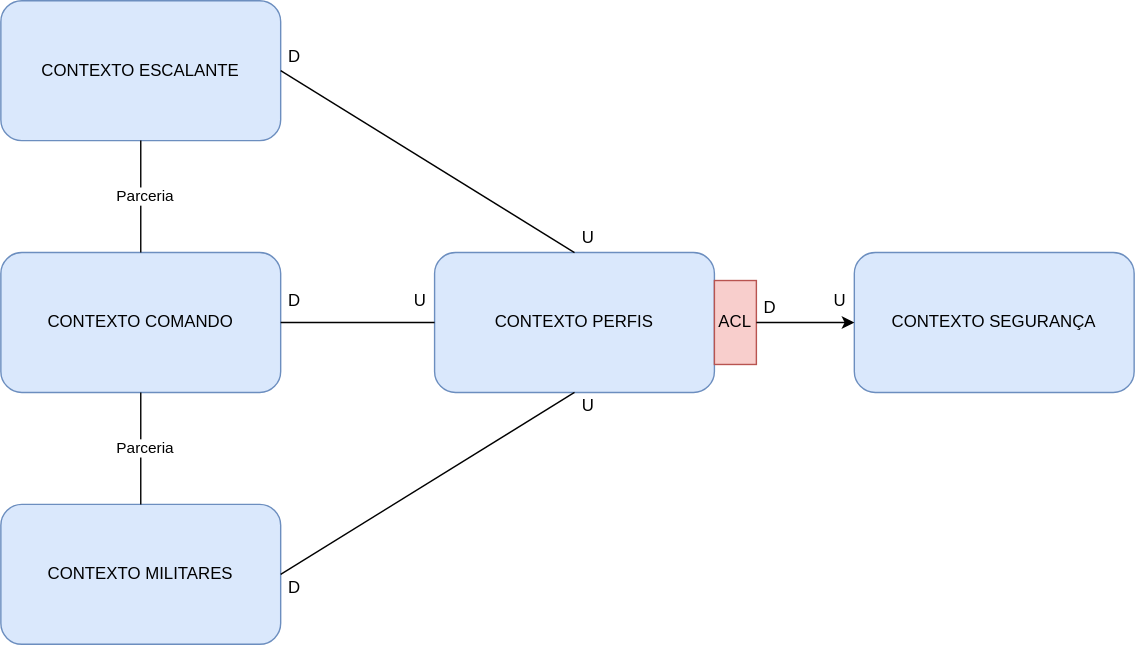
Before: docs/img/MapaContexto.svg, a diagram exported from draw.io (joaoAaf/escalante-ddd). Source tidied: cells renumbered, new cells last; positions are measured from the earlier drawing's top-left corner, leaving out a move shared by most shapes. Source of this version:
```xml
<mxGraphModel>
  <root>
    <mxCell id="0" />
    <mxCell id="1" parent="0" />
    <mxCell id="2" value="CONTEXTO ESCALANTE" style="rounded=1;whiteSpace=wrap;html=1;labelBackgroundColor=none;fillColor=#dae8fc;strokeColor=#6c8ebf;" parent="1" vertex="1">
      <mxGeometry width="200" height="100" as="geometry" />
    </mxCell>
    <mxCell id="3" value="CONTEXTO COMANDO" style="rounded=1;whiteSpace=wrap;html=1;labelBackgroundColor=none;fillColor=#dae8fc;strokeColor=#6c8ebf;" parent="1" vertex="1">
      <mxGeometry y="180" width="200" height="100" as="geometry" />
    </mxCell>
    <mxCell id="4" value="CONTEXTO MILITARES" style="rounded=1;whiteSpace=wrap;html=1;labelBackgroundColor=none;fillColor=#dae8fc;strokeColor=#6c8ebf;" parent="1" vertex="1">
      <mxGeometry y="360" width="200" height="100" as="geometry" />
    </mxCell>
    <mxCell id="5" value="CONTEXTO SEGURANÇA" style="rounded=1;whiteSpace=wrap;html=1;labelBackgroundColor=none;fillColor=#dae8fc;strokeColor=#6c8ebf;" parent="1" vertex="1">
      <mxGeometry x="610" y="180" width="200" height="100" as="geometry" />
    </mxCell>
    <mxCell id="6" value="CONTEXTO PERFIS" style="rounded=1;whiteSpace=wrap;html=1;labelBackgroundColor=none;fillColor=#dae8fc;strokeColor=#6c8ebf;" parent="1" vertex="1">
      <mxGeometry x="310" y="180" width="200" height="100" as="geometry" />
    </mxCell>
    <mxCell id="7" style="endArrow=none;html=1;rounded=0;entryX=0.5;entryY=1;entryDx=0;entryDy=0;exitX=0.5;exitY=0;exitDx=0;exitDy=0;" parent="1" edge="1" source="3" target="2">
      <mxGeometry relative="1" as="geometry" />
    </mxCell>
    <mxCell id="8" value="Parceria" style="edgeLabel;html=1;align=center;verticalAlign=middle;" parent="7" vertex="1">
      <mxGeometry x="0.03" y="-2" relative="1" as="geometry" />
    </mxCell>
    <mxCell id="9" style="endArrow=none;html=1;rounded=0;exitX=0.5;exitY=0;exitDx=0;exitDy=0;entryX=0.5;entryY=1;entryDx=0;entryDy=0;" parent="1" edge="1" source="4" target="3">
      <mxGeometry relative="1" as="geometry" />
    </mxCell>
    <mxCell id="10" value="Parceria" style="edgeLabel;html=1;align=center;verticalAlign=middle;" parent="9" vertex="1">
      <mxGeometry x="0.03" y="-2" relative="1" as="geometry" />
    </mxCell>
    <mxCell id="11" value="ACL" style="rounded=0;whiteSpace=wrap;html=1;direction=south;fillColor=#f8cecc;strokeColor=#b85450;" parent="1" vertex="1">
      <mxGeometry x="510" y="200" width="30" height="60" as="geometry" />
    </mxCell>
    <mxCell id="12" value="U" style="text;html=1;align=center;verticalAlign=middle;whiteSpace=wrap;rounded=0;" parent="1" vertex="1">
      <mxGeometry x="410" y="160" width="20" height="20" as="geometry" />
    </mxCell>
    <mxCell id="13" value="D" style="text;html=1;align=center;verticalAlign=middle;whiteSpace=wrap;rounded=0;" parent="1" vertex="1">
      <mxGeometry x="200" y="30" width="20" height="20" as="geometry" />
    </mxCell>
    <mxCell id="14" value="D" style="text;html=1;align=center;verticalAlign=middle;whiteSpace=wrap;rounded=0;" parent="1" vertex="1">
      <mxGeometry x="200" y="200" width="20" height="30" as="geometry" />
    </mxCell>
    <mxCell id="15" value="D" style="text;html=1;align=center;verticalAlign=middle;whiteSpace=wrap;rounded=0;" parent="1" vertex="1">
      <mxGeometry x="200" y="410" width="20" height="20" as="geometry" />
    </mxCell>
    <mxCell id="16" value="U" style="text;html=1;align=center;verticalAlign=middle;whiteSpace=wrap;rounded=0;" parent="1" vertex="1">
      <mxGeometry x="410" y="280" width="20" height="20" as="geometry" />
    </mxCell>
    <mxCell id="17" value="U" style="text;html=1;align=center;verticalAlign=middle;whiteSpace=wrap;rounded=0;" parent="1" vertex="1">
      <mxGeometry x="290" y="200" width="20" height="30" as="geometry" />
    </mxCell>
    <mxCell id="18" style="endArrow=classic;html=1;rounded=0;exitX=0.5;exitY=0;exitDx=0;exitDy=0;entryX=0;entryY=0.5;entryDx=0;entryDy=0;" parent="1" edge="1" source="11" target="5">
      <mxGeometry relative="1" as="geometry" />
    </mxCell>
    <mxCell id="19" value="D" style="text;html=1;align=center;verticalAlign=middle;whiteSpace=wrap;rounded=0;" parent="1" vertex="1">
      <mxGeometry x="540" y="210" width="20" height="20" as="geometry" />
    </mxCell>
    <mxCell id="20" value="U" style="text;html=1;align=center;verticalAlign=middle;whiteSpace=wrap;rounded=0;" parent="1" vertex="1">
      <mxGeometry x="590" y="205" width="20" height="20" as="geometry" />
    </mxCell>
    <mxCell id="21" style="endArrow=none;html=1;rounded=0;entryX=0.5;entryY=0;entryDx=0;entryDy=0;exitX=1;exitY=0.5;exitDx=0;exitDy=0;" parent="1" edge="1" source="2" target="6">
      <mxGeometry relative="1" as="geometry" />
    </mxCell>
    <mxCell id="22" style="endArrow=none;html=1;rounded=0;entryX=0;entryY=0.5;entryDx=0;entryDy=0;exitX=1;exitY=0.5;exitDx=0;exitDy=0;" parent="1" edge="1" source="3" target="6">
      <mxGeometry relative="1" as="geometry" />
    </mxCell>
    <mxCell id="23" style="endArrow=none;html=1;rounded=0;exitX=0.5;exitY=1;exitDx=0;exitDy=0;entryX=1;entryY=0.5;entryDx=0;entryDy=0;" parent="1" edge="1" source="6" target="4">
      <mxGeometry relative="1" as="geometry" />
    </mxCell>
  </root>
</mxGraphModel>
```
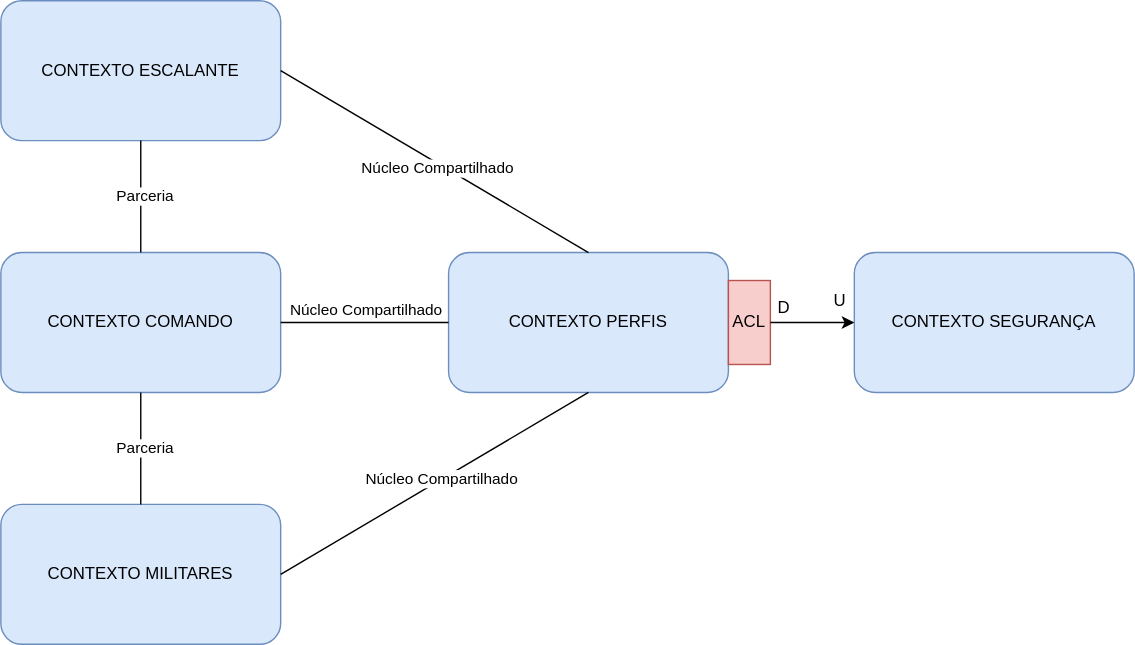
After the change.

Commit message:
Refatorando diagramas do modelo

Change to the diagram source:
```diff
@@ -15,7 +15,7 @@
       <mxGeometry x="610" y="180" width="200" height="100" as="geometry" />
     </mxCell>
     <mxCell id="6" value="CONTEXTO PERFIS" style="rounded=1;whiteSpace=wrap;html=1;labelBackgroundColor=none;fillColor=#dae8fc;strokeColor=#6c8ebf;" parent="1" vertex="1">
-      <mxGeometry x="310" y="180" width="200" height="100" as="geometry" />
+      <mxGeometry x="320" y="180" width="200" height="100" as="geometry" />
     </mxCell>
     <mxCell id="7" style="endArrow=none;html=1;rounded=0;entryX=0.5;entryY=1;entryDx=0;entryDy=0;exitX=0.5;exitY=0;exitDx=0;exitDy=0;" parent="1" edge="1" source="3" target="2">
       <mxGeometry relative="1" as="geometry" />
@@ -30,31 +30,13 @@
       <mxGeometry x="0.03" y="-2" relative="1" as="geometry" />
     </mxCell>
     <mxCell id="11" value="ACL" style="rounded=0;whiteSpace=wrap;html=1;direction=south;fillColor=#f8cecc;strokeColor=#b85450;" parent="1" vertex="1">
-      <mxGeometry x="510" y="200" width="30" height="60" as="geometry" />
+      <mxGeometry x="520" y="200" width="30" height="60" as="geometry" />
     </mxCell>
-    <mxCell id="12" value="U" style="text;html=1;align=center;verticalAlign=middle;whiteSpace=wrap;rounded=0;" parent="1" vertex="1">
-      <mxGeometry x="410" y="160" width="20" height="20" as="geometry" />
-    </mxCell>
-    <mxCell id="13" value="D" style="text;html=1;align=center;verticalAlign=middle;whiteSpace=wrap;rounded=0;" parent="1" vertex="1">
-      <mxGeometry x="200" y="30" width="20" height="20" as="geometry" />
-    </mxCell>
-    <mxCell id="14" value="D" style="text;html=1;align=center;verticalAlign=middle;whiteSpace=wrap;rounded=0;" parent="1" vertex="1">
-      <mxGeometry x="200" y="200" width="20" height="30" as="geometry" />
-    </mxCell>
-    <mxCell id="15" value="D" style="text;html=1;align=center;verticalAlign=middle;whiteSpace=wrap;rounded=0;" parent="1" vertex="1">
-      <mxGeometry x="200" y="410" width="20" height="20" as="geometry" />
-    </mxCell>
-    <mxCell id="16" value="U" style="text;html=1;align=center;verticalAlign=middle;whiteSpace=wrap;rounded=0;" parent="1" vertex="1">
-      <mxGeometry x="410" y="280" width="20" height="20" as="geometry" />
-    </mxCell>
-    <mxCell id="17" value="U" style="text;html=1;align=center;verticalAlign=middle;whiteSpace=wrap;rounded=0;" parent="1" vertex="1">
-      <mxGeometry x="290" y="200" width="20" height="30" as="geometry" />
-    </mxCell>
     <mxCell id="18" style="endArrow=classic;html=1;rounded=0;exitX=0.5;exitY=0;exitDx=0;exitDy=0;entryX=0;entryY=0.5;entryDx=0;entryDy=0;" parent="1" edge="1" source="11" target="5">
       <mxGeometry relative="1" as="geometry" />
     </mxCell>
     <mxCell id="19" value="D" style="text;html=1;align=center;verticalAlign=middle;whiteSpace=wrap;rounded=0;" parent="1" vertex="1">
-      <mxGeometry x="540" y="210" width="20" height="20" as="geometry" />
+      <mxGeometry x="550" y="210" width="20" height="20" as="geometry" />
     </mxCell>
     <mxCell id="20" value="U" style="text;html=1;align=center;verticalAlign=middle;whiteSpace=wrap;rounded=0;" parent="1" vertex="1">
       <mxGeometry x="590" y="205" width="20" height="20" as="geometry" />
@@ -62,11 +44,22 @@
     <mxCell id="21" style="endArrow=none;html=1;rounded=0;entryX=0.5;entryY=0;entryDx=0;entryDy=0;exitX=1;exitY=0.5;exitDx=0;exitDy=0;" parent="1" edge="1" source="2" target="6">
       <mxGeometry relative="1" as="geometry" />
     </mxCell>
+    <mxCell id="24" value="Núcleo Compartilhado" style="edgeLabel;html=1;align=center;verticalAlign=middle;" parent="21" vertex="1">
+      <mxGeometry x="0.02" y="-3" relative="1" as="geometry" />
+    </mxCell>
     <mxCell id="22" style="endArrow=none;html=1;rounded=0;entryX=0;entryY=0.5;entryDx=0;entryDy=0;exitX=1;exitY=0.5;exitDx=0;exitDy=0;" parent="1" edge="1" source="3" target="6">
       <mxGeometry relative="1" as="geometry" />
     </mxCell>
+    <mxCell id="25" value="Núcleo Compartilhado" style="edgeLabel;html=1;align=center;verticalAlign=middle;" parent="22" vertex="1">
+      <mxGeometry x="-0.11" y="3" relative="1" as="geometry">
+        <mxPoint x="6" y="-7" as="offset" />
+      </mxGeometry>
+    </mxCell>
     <mxCell id="23" style="endArrow=none;html=1;rounded=0;exitX=0.5;exitY=1;exitDx=0;exitDy=0;entryX=1;entryY=0.5;entryDx=0;entryDy=0;" parent="1" edge="1" source="6" target="4">
       <mxGeometry relative="1" as="geometry" />
     </mxCell>
+    <mxCell id="26" value="Núcleo Compartilhado" style="edgeLabel;html=1;align=center;verticalAlign=middle;" parent="23" vertex="1">
+      <mxGeometry x="-0.05" y="-1" relative="1" as="geometry" />
+    </mxCell>
   </root>
 </mxGraphModel>
```
